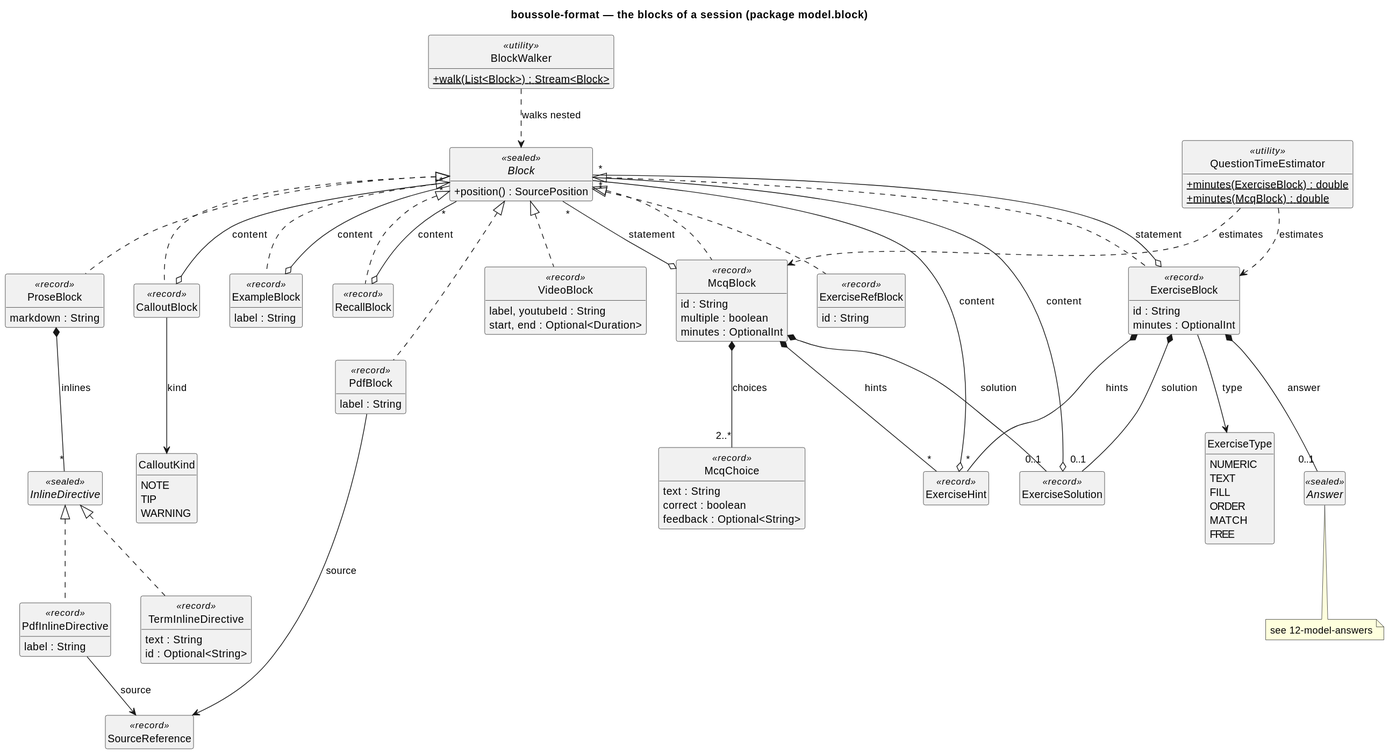
lucasssoh/Boussole keeps this PlantUML diagram as docs/diagrams/11-model-blocks.svg. Above is the earlier version.
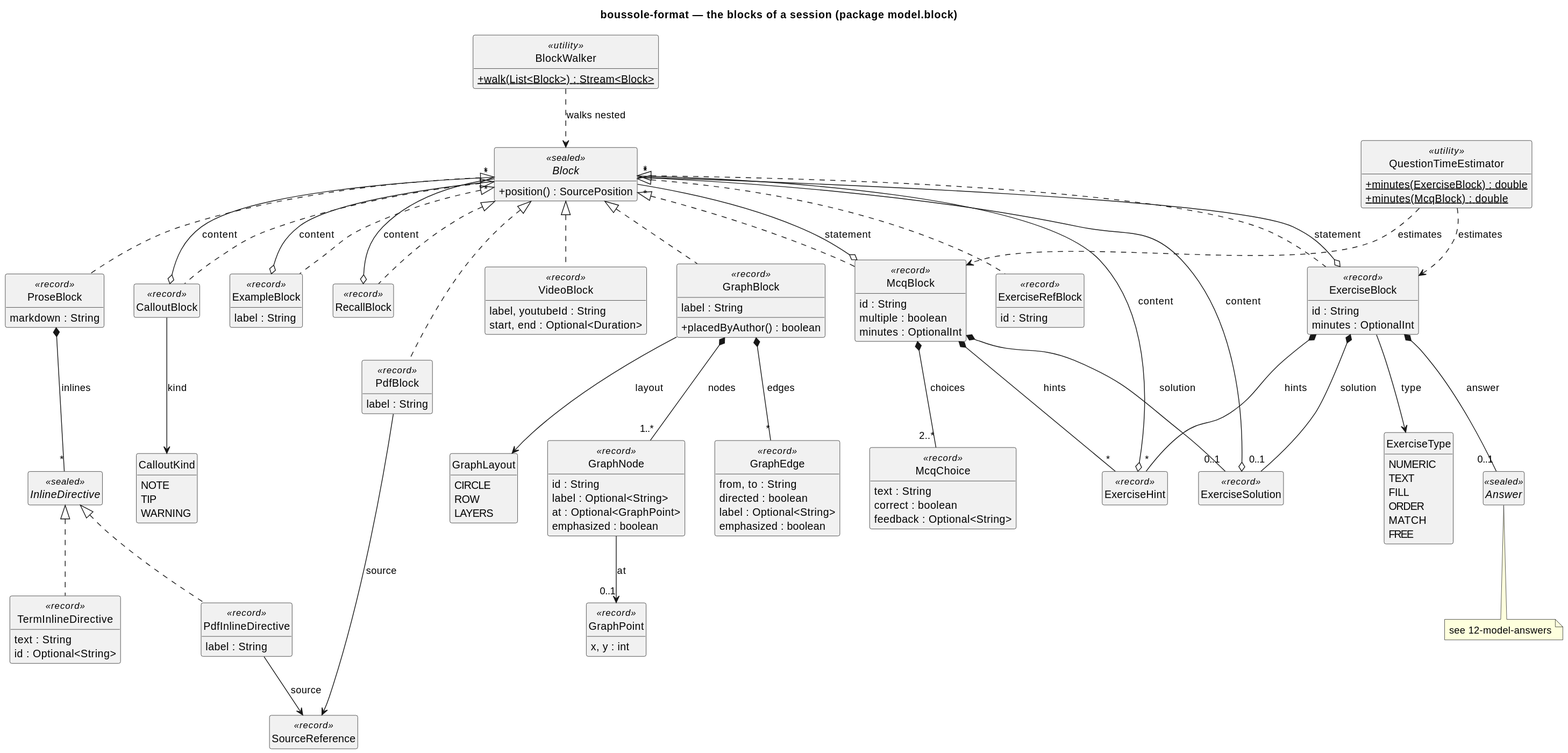
After the change.

The edit, as a diff of the source:
```diff
@@ -37,6 +37,30 @@
 }
 class PdfBlock <<record>> {
   label : String
+}
+class GraphBlock <<record>> {
+  label : String
+  +placedByAuthor() : boolean
+}
+class GraphNode <<record>> {
+  id : String
+  label : Optional<String>
+  at : Optional<GraphPoint>
+  emphasized : boolean
+}
+class GraphEdge <<record>> {
+  from, to : String
+  directed : boolean
+  label : Optional<String>
+  emphasized : boolean
+}
+class GraphPoint <<record>> {
+  x, y : int
+}
+enum GraphLayout {
+  CIRCLE
+  ROW
+  LAYERS
 }
 class ExerciseBlock <<record>> {
   id : String
@@ -82,6 +106,11 @@
 Block <|.. CalloutBlock
 Block <|.. VideoBlock
 Block <|.. PdfBlock
+Block <|.. GraphBlock
+GraphBlock *-- "1..*" GraphNode : nodes
+GraphBlock *-- "*" GraphEdge : edges
+GraphBlock --> GraphLayout : layout
+GraphNode --> "0..1" GraphPoint : at
 Block <|.. ExerciseBlock
 Block <|.. McqBlock
 Block <|.. ExerciseRefBlock
```
